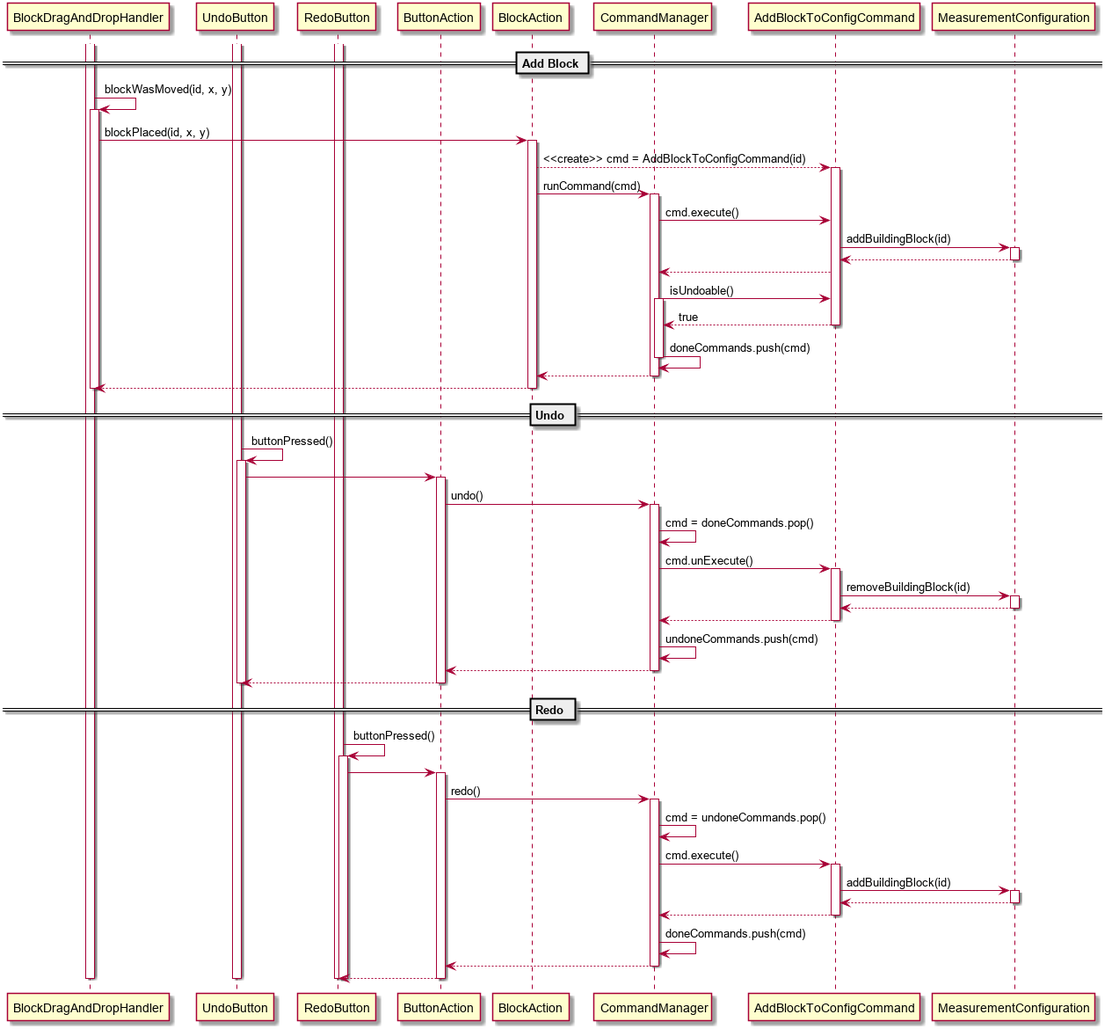
osl2/DAQ-Documents keeps this PlantUML diagram as 2-Entwurf/1-Phasenartefakt/Entwurfsdokumentation/Grafiken/AddBlockSequence.png. Above is the earlier version.
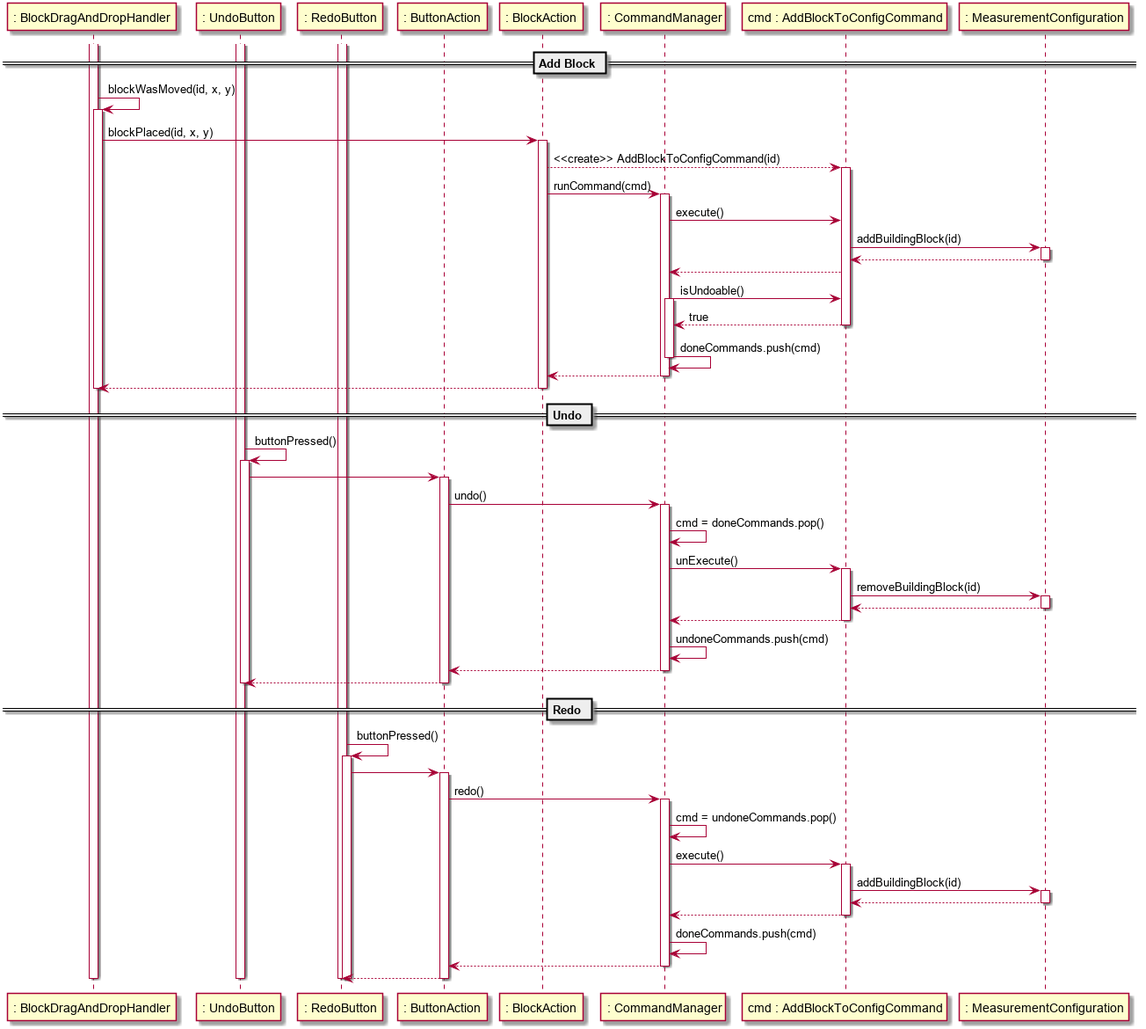
The same file after the commit.

Commit message:
sequenzdiagram korrigiert

Diff of the diagram source:
```diff
@@ -1,13 +1,13 @@
 @startuml
 
-participant BlockDragAndDropHandler
-participant UndoButton
-participant RedoButton
-participant ButtonAction
-participant BlockAction
-participant CommandManager
-participant AddBlockToConfigCommand
-participant MeasurementConfiguration
+participant ": BlockDragAndDropHandler" as BlockDragAndDropHandler
+participant ": UndoButton" as UndoButton
+participant ": RedoButton" as RedoButton
+participant ": ButtonAction" as ButtonAction
+participant ": BlockAction" as BlockAction
+participant ": CommandManager" as CommandManager
+participant "cmd : AddBlockToConfigCommand" as AddBlockToConfigCommand
+participant ": MeasurementConfiguration" as MeasurementConfiguration
 
 activate BlockDragAndDropHandler
 activate UndoButton
@@ -19,11 +19,11 @@
 activate BlockDragAndDropHandler
 BlockDragAndDropHandler -> BlockAction : blockPlaced(id, x, y)
 activate BlockAction
-BlockAction --> AddBlockToConfigCommand : <<create>> cmd = AddBlockToConfigCommand(id)
+BlockAction --> AddBlockToConfigCommand : <<create>> AddBlockToConfigCommand(id)
 activate AddBlockToConfigCommand
 BlockAction -> CommandManager : runCommand(cmd)
 activate CommandManager
-CommandManager -> AddBlockToConfigCommand : cmd.execute()
+CommandManager -> AddBlockToConfigCommand : execute()
 AddBlockToConfigCommand -> MeasurementConfiguration : addBuildingBlock(id)
 activate MeasurementConfiguration
 
@@ -51,7 +51,7 @@
 ButtonAction -> CommandManager : undo()
 activate CommandManager
 CommandManager -> CommandManager : cmd = doneCommands.pop()
-CommandManager -> AddBlockToConfigCommand : cmd.unExecute()
+CommandManager -> AddBlockToConfigCommand : unExecute()
 activate AddBlockToConfigCommand
 AddBlockToConfigCommand -> MeasurementConfiguration : removeBuildingBlock(id)
 activate MeasurementConfiguration
@@ -75,7 +75,7 @@
 ButtonAction -> CommandManager : redo()
 activate CommandManager
 CommandManager -> CommandManager : cmd = undoneCommands.pop()
-CommandManager -> AddBlockToConfigCommand : cmd.execute()
+CommandManager -> AddBlockToConfigCommand : execute()
 activate AddBlockToConfigCommand
 AddBlockToConfigCommand -> MeasurementConfiguration : addBuildingBlock(id)
 activate MeasurementConfiguration
```
